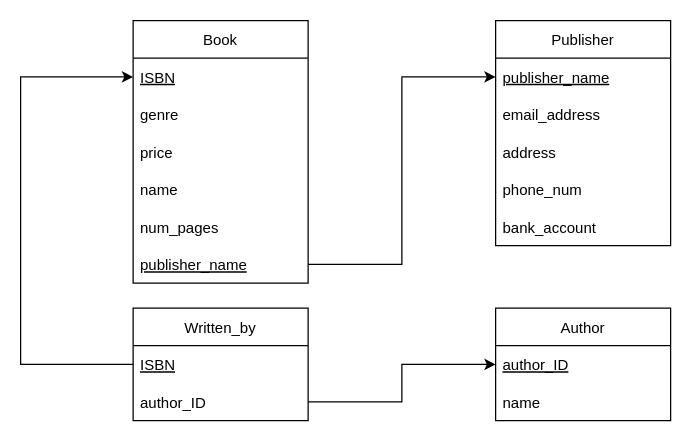
This is BookStoreRelationSchema.drawio from Dylanhism/BookStore, a draw.io file, before an edit. Source tidied: cells renumbered, new cells numbered last; positions are measured from the earlier drawing's top-left corner, leaving out a move shared by most shapes. Both pictures are drawn from the tidied source at 125%, with x=0, y=0 at pixel (20, 20).
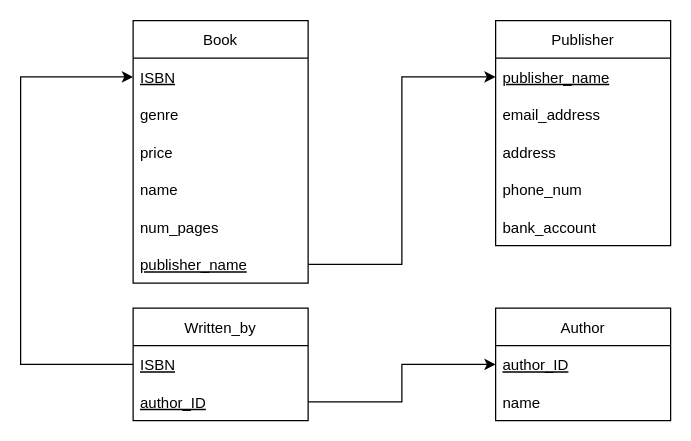
After the change.

The change refers to these unchanged cells:
```xml
<mxCell id="5" value="Written_by" style="swimlane;fontStyle=0;horizontal=1;startSize=30;" parent="1" vertex="1">
  <mxGeometry x="90" y="230" width="140" height="90" as="geometry" />
</mxCell>
```

What changed in the source:
```diff
@@
-    <mxCell id="7" value="author_ID" style="text;strokeColor=none;fillColor=none;align=left;verticalAlign=middle;spacingLeft=4;spacingRight=4;overflow=hidden;points=[[0,0.5],[1,0.5]];portConstraint=eastwest;fontStyle=0;" parent="5" vertex="1">
+    <mxCell id="7" value="author_ID" style="text;strokeColor=none;fillColor=none;align=left;verticalAlign=middle;spacingLeft=4;spacingRight=4;overflow=hidden;points=[[0,0.5],[1,0.5]];portConstraint=eastwest;fontStyle=4;" parent="5" vertex="1">
       <mxGeometry y="60" width="140" height="30" as="geometry" />
     </mxCell>
```
